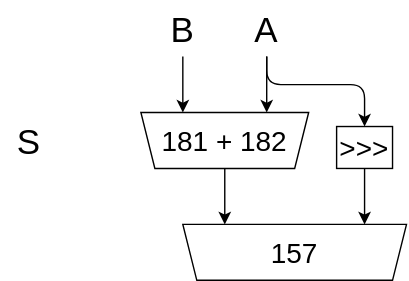
The draw.io diagram Lab/Computer/RK16/91_ALU/img/circuit.dio.svg in amane-uehara/kanade-k-1228.github.io, before a commit. Source tidied: cells renumbered, new cells last; positions are measured from the earlier drawing's top-left corner, leaving out a move shared by most shapes.
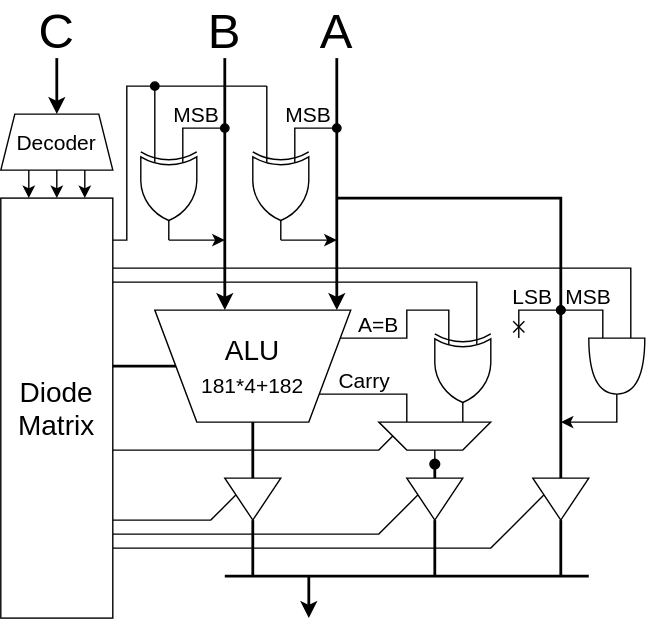
Above is the later version.

The edit, as a diff of the source:
```diff
@@ -2,57 +2,317 @@
   <root>
     <mxCell id="0" />
     <mxCell id="1" parent="0" />
+    <mxCell id="13" style="endArrow=none;html=1;fontSize=20;endFill=0;rounded=0;" parent="1" edge="1">
+      <mxGeometry relative="1" as="geometry">
+        <mxPoint x="100" y="390" as="sourcePoint" />
+        <mxPoint x="410" y="350" as="targetPoint" />
+        <Array as="points">
+          <mxPoint x="370" y="390" />
+        </Array>
+      </mxGeometry>
+    </mxCell>
+    <mxCell id="14" style="endArrow=none;html=1;fontSize=20;endFill=0;rounded=0;" parent="1" edge="1">
+      <mxGeometry relative="1" as="geometry">
+        <mxPoint x="100" y="380" as="sourcePoint" />
+        <mxPoint x="320" y="350" as="targetPoint" />
+        <Array as="points">
+          <mxPoint x="290" y="380" />
+        </Array>
+      </mxGeometry>
+    </mxCell>
+    <mxCell id="15" style="endArrow=none;html=1;fontSize=20;endFill=0;rounded=0;" parent="1" edge="1">
+      <mxGeometry relative="1" as="geometry">
+        <mxPoint x="100" y="370" as="sourcePoint" />
+        <mxPoint x="190" y="350" as="targetPoint" />
+        <Array as="points">
+          <mxPoint x="170" y="370" />
+        </Array>
+      </mxGeometry>
+    </mxCell>
-    <mxCell id="2" value="A" style="text;html=1;strokeColor=none;fillColor=none;align=center;verticalAlign=middle;whiteSpace=wrap;rounded=0;fontSize=25;" parent="1" vertex="1">
-      <mxGeometry x="170" width="40" height="40" as="geometry" />
+    <mxCell id="2" value="A" style="text;html=1;strokeColor=none;fillColor=none;align=center;verticalAlign=middle;whiteSpace=wrap;rounded=0;fontSize=35;" parent="1" vertex="1">
+      <mxGeometry x="240" width="40" height="40" as="geometry" />
     </mxCell>
-    <mxCell id="3" value="B" style="text;html=1;strokeColor=none;fillColor=none;align=center;verticalAlign=middle;whiteSpace=wrap;rounded=0;fontSize=25;" parent="1" vertex="1">
-      <mxGeometry x="110" width="40" height="40" as="geometry" />
+    <mxCell id="3" value="MSB" style="text;html=1;strokeColor=none;fillColor=none;align=center;verticalAlign=middle;whiteSpace=wrap;rounded=0;fontSize=15;" parent="1" vertex="1">
+      <mxGeometry x="140" y="70" width="40" height="20" as="geometry" />
     </mxCell>
-    <mxCell id="4" value="S" style="text;html=1;strokeColor=none;fillColor=none;align=center;verticalAlign=middle;whiteSpace=wrap;rounded=0;fontSize=25;" parent="1" vertex="1">
-      <mxGeometry y="80" width="40" height="40" as="geometry" />
-    </mxCell>
-    <mxCell id="5" value="181 + 182" style="shape=trapezoid;perimeter=trapezoidPerimeter;whiteSpace=wrap;html=1;fixedSize=1;direction=west;fontSize=20;size=10;" parent="1" vertex="1">
-      <mxGeometry x="100" y="80" width="120" height="40" as="geometry" />
-    </mxCell>
-    <mxCell id="6" value="157" style="shape=trapezoid;perimeter=trapezoidPerimeter;whiteSpace=wrap;html=1;fixedSize=1;direction=west;fontSize=20;size=10;" parent="1" vertex="1">
-      <mxGeometry x="130" y="160" width="160" height="40" as="geometry" />
-    </mxCell>
-    <mxCell id="7" style="endArrow=classic;html=1;fontSize=20;" parent="1" edge="1">
+    <mxCell id="7" style="endArrow=classic;html=1;fontSize=20;strokeWidth=2;" parent="1" edge="1">
       <mxGeometry relative="1" as="geometry">
-        <mxPoint x="130" y="40" as="sourcePoint" />
-        <mxPoint x="130" y="80" as="targetPoint" />
+        <mxPoint x="180" y="40" as="sourcePoint" />
+        <mxPoint x="180" y="220" as="targetPoint" />
       </mxGeometry>
     </mxCell>
-    <mxCell id="8" style="endArrow=classic;html=1;fontSize=20;" parent="1" edge="1">
+    <mxCell id="8" style="endArrow=none;html=1;fontSize=20;rounded=0;endFill=0;" parent="1" edge="1">
       <mxGeometry relative="1" as="geometry">
-        <mxPoint x="190" y="40" as="sourcePoint" />
-        <mxPoint x="190" y="80" as="targetPoint" />
+        <mxPoint x="100" y="190" as="sourcePoint" />
+        <mxPoint x="470" y="240" as="targetPoint" />
+        <Array as="points">
+          <mxPoint x="470" y="190" />
+        </Array>
       </mxGeometry>
     </mxCell>
-    <mxCell id="9" style="endArrow=classic;html=1;fontSize=20;" parent="1" edge="1">
-      <mxGeometry relative="1" as="geometry">
-        <mxPoint x="160" y="120" as="sourcePoint" />
-        <mxPoint x="160" y="160" as="targetPoint" />
-      </mxGeometry>
-    </mxCell>
-    <mxCell id="10" style="endArrow=classic;html=1;fontSize=20;" parent="1" edge="1">
+    <mxCell id="10" style="endArrow=none;html=1;fontSize=20;strokeWidth=1;startArrow=oval;startFill=1;endFill=0;rounded=0;" parent="1" edge="1">
       <mxGeometry relative="1" as="geometry">
-        <mxPoint x="190" y="40" as="sourcePoint" />
-        <mxPoint x="260" y="90" as="targetPoint" />
+        <mxPoint x="180" y="90" as="sourcePoint" />
+        <mxPoint x="150" y="100" as="targetPoint" />
         <Array as="points">
-          <mxPoint x="190" y="60" />
-          <mxPoint x="260" y="60" />
+          <mxPoint x="150" y="90" />
         </Array>
       </mxGeometry>
     </mxCell>
-    <mxCell id="11" value="&amp;gt;&amp;gt;&amp;gt;" style="rounded=0;whiteSpace=wrap;html=1;fontSize=20;" parent="1" vertex="1">
-      <mxGeometry x="240" y="90" width="40" height="30" as="geometry" />
-    </mxCell>
-    <mxCell id="12" style="endArrow=classic;html=1;fontSize=20;" parent="1" edge="1">
-      <mxGeometry relative="1" as="geometry">
-        <mxPoint x="260" y="120" as="sourcePoint" />
-        <mxPoint x="260" y="160" as="targetPoint" />
-      </mxGeometry>
-    </mxCell>
+    <mxCell id="16" value="Decoder" style="shape=trapezoid;perimeter=trapezoidPerimeter;whiteSpace=wrap;html=1;fixedSize=1;direction=east;fontSize=15;size=10;" parent="1" vertex="1">
+      <mxGeometry x="20" y="80" width="80" height="40" as="geometry" />
+    </mxCell>
+    <mxCell id="17" value="Diode&lt;br&gt;Matrix" style="rounded=0;whiteSpace=wrap;html=1;fontSize=20;" parent="1" vertex="1">
+      <mxGeometry x="20" y="140" width="80" height="300" as="geometry" />
+    </mxCell>
+    <mxCell id="18" style="endArrow=classic;html=1;fontSize=20;" parent="1" edge="1">
+      <mxGeometry relative="1" as="geometry">
+        <mxPoint x="40" y="120" as="sourcePoint" />
+        <mxPoint x="40" y="140" as="targetPoint" />
+      </mxGeometry>
+    </mxCell>
+    <mxCell id="19" style="endArrow=classic;html=1;fontSize=20;" parent="1" edge="1">
+      <mxGeometry relative="1" as="geometry">
+        <mxPoint x="60" y="120" as="sourcePoint" />
+        <mxPoint x="60" y="140" as="targetPoint" />
+      </mxGeometry>
+    </mxCell>
+    <mxCell id="20" style="endArrow=classic;html=1;fontSize=20;" parent="1" edge="1">
+      <mxGeometry relative="1" as="geometry">
+        <mxPoint x="80" y="120" as="sourcePoint" />
+        <mxPoint x="80" y="140" as="targetPoint" />
+      </mxGeometry>
+    </mxCell>
+    <mxCell id="21" style="verticalLabelPosition=bottom;shadow=0;dashed=0;align=center;html=1;verticalAlign=top;shape=mxgraph.electrical.logic_gates.logic_gate;operation=xor;fontSize=20;direction=south;" parent="1" vertex="1">
+      <mxGeometry x="120" y="100" width="40" height="70" as="geometry" />
+    </mxCell>
+    <mxCell id="22" style="endArrow=classic;html=1;fontSize=20;endFill=1;" parent="1" edge="1">
+      <mxGeometry relative="1" as="geometry">
+        <mxPoint x="140" y="170" as="sourcePoint" />
+        <mxPoint x="180" y="170" as="targetPoint" />
+      </mxGeometry>
+    </mxCell>
+    <mxCell id="23" style="endArrow=oval;html=1;rounded=0;strokeWidth=1;fontSize=15;startArrow=none;startFill=0;endFill=1;" parent="1" edge="1">
+      <mxGeometry relative="1" as="geometry">
+        <mxPoint x="130" y="100" as="sourcePoint" />
+        <mxPoint x="130" y="60" as="targetPoint" />
+      </mxGeometry>
+    </mxCell>
+    <mxCell id="24" style="endArrow=none;html=1;rounded=0;strokeWidth=1;fontSize=15;" parent="1" edge="1">
+      <mxGeometry relative="1" as="geometry">
+        <mxPoint x="100" y="170" as="sourcePoint" />
+        <mxPoint x="210" y="60" as="targetPoint" />
+        <Array as="points">
+          <mxPoint x="110" y="170" />
+          <mxPoint x="110" y="60" />
+        </Array>
+      </mxGeometry>
+    </mxCell>
+    <mxCell id="25" style="endArrow=none;html=1;fontSize=20;strokeWidth=2;rounded=0;endFill=0;" parent="1" edge="1">
+      <mxGeometry relative="1" as="geometry">
+        <mxPoint x="260" y="140" as="sourcePoint" />
+        <mxPoint x="420" y="340" as="targetPoint" />
+        <Array as="points">
+          <mxPoint x="420" y="140" />
+        </Array>
+      </mxGeometry>
+    </mxCell>
+    <mxCell id="26" value="MSB" style="text;html=1;strokeColor=none;fillColor=none;align=center;verticalAlign=middle;whiteSpace=wrap;rounded=0;fontSize=15;" parent="1" vertex="1">
+      <mxGeometry x="220" y="70" width="40" height="20" as="geometry" />
+    </mxCell>
+    <mxCell id="27" style="endArrow=classic;html=1;fontSize=20;strokeWidth=2;" parent="1" edge="1">
+      <mxGeometry relative="1" as="geometry">
+        <mxPoint x="260" y="40" as="sourcePoint" />
+        <mxPoint x="260" y="220" as="targetPoint" />
+      </mxGeometry>
+    </mxCell>
+    <mxCell id="28" style="endArrow=none;html=1;fontSize=20;strokeWidth=1;startArrow=oval;startFill=1;endFill=0;rounded=0;" parent="1" edge="1">
+      <mxGeometry relative="1" as="geometry">
+        <mxPoint x="260" y="90" as="sourcePoint" />
+        <mxPoint x="230" y="100" as="targetPoint" />
+        <Array as="points">
+          <mxPoint x="230" y="90" />
+        </Array>
+      </mxGeometry>
+    </mxCell>
+    <mxCell id="29" style="verticalLabelPosition=bottom;shadow=0;dashed=0;align=center;html=1;verticalAlign=top;shape=mxgraph.electrical.logic_gates.logic_gate;operation=xor;fontSize=20;direction=south;" parent="1" vertex="1">
+      <mxGeometry x="200" y="100" width="40" height="70" as="geometry" />
+    </mxCell>
+    <mxCell id="30" style="endArrow=classic;html=1;fontSize=20;endFill=1;" parent="1" edge="1">
+      <mxGeometry relative="1" as="geometry">
+        <mxPoint x="220" y="170" as="sourcePoint" />
+        <mxPoint x="260" y="170" as="targetPoint" />
+      </mxGeometry>
+    </mxCell>
+    <mxCell id="31" style="endArrow=none;html=1;rounded=0;strokeWidth=1;fontSize=15;startArrow=none;startFill=0;endFill=0;" parent="1" edge="1">
+      <mxGeometry relative="1" as="geometry">
+        <mxPoint x="210" y="100" as="sourcePoint" />
+        <mxPoint x="210" y="60" as="targetPoint" />
+      </mxGeometry>
+    </mxCell>
+    <mxCell id="32" value="B" style="text;html=1;strokeColor=none;fillColor=none;align=center;verticalAlign=middle;whiteSpace=wrap;rounded=0;fontSize=35;" parent="1" vertex="1">
+      <mxGeometry x="160" width="40" height="40" as="geometry" />
+    </mxCell>
+    <mxCell id="33" style="shape=or;whiteSpace=wrap;html=1;fontSize=40;direction=south;" parent="1" vertex="1">
+      <mxGeometry x="440" y="240" width="40" height="40" as="geometry" />
+    </mxCell>
+    <mxCell id="34" style="endArrow=none;html=1;fontSize=20;strokeWidth=2;endFill=0;" parent="1" edge="1">
+      <mxGeometry relative="1" as="geometry">
+        <mxPoint x="200" y="300" as="sourcePoint" />
+        <mxPoint x="200" y="340" as="targetPoint" />
+      </mxGeometry>
+    </mxCell>
+    <mxCell id="35" style="endArrow=none;html=1;fontSize=20;strokeWidth=2;endFill=0;" parent="1" edge="1">
+      <mxGeometry relative="1" as="geometry">
+        <mxPoint x="100" y="260" as="sourcePoint" />
+        <mxPoint x="150" y="260" as="targetPoint" />
+      </mxGeometry>
+    </mxCell>
+    <mxCell id="36" value="LSB" style="text;html=1;strokeColor=none;fillColor=none;align=center;verticalAlign=middle;whiteSpace=wrap;rounded=0;fontSize=15;" parent="1" vertex="1">
+      <mxGeometry x="380" y="200" width="40" height="20" as="geometry" />
+    </mxCell>
+    <mxCell id="37" value="MSB" style="text;html=1;strokeColor=none;fillColor=none;align=center;verticalAlign=middle;whiteSpace=wrap;rounded=0;fontSize=15;" parent="1" vertex="1">
+      <mxGeometry x="420" y="200" width="40" height="20" as="geometry" />
+    </mxCell>
+    <mxCell id="38" style="endArrow=oval;html=1;fontSize=20;endFill=1;rounded=0;startArrow=none;startFill=0;" parent="1" edge="1">
+      <mxGeometry relative="1" as="geometry">
+        <mxPoint x="450" y="240" as="sourcePoint" />
+        <mxPoint x="420" y="220" as="targetPoint" />
+        <Array as="points">
+          <mxPoint x="450" y="220" />
+        </Array>
+      </mxGeometry>
+    </mxCell>
+    <mxCell id="39" style="endArrow=oval;html=1;fontSize=20;endFill=1;rounded=0;startArrow=cross;startFill=0;" parent="1" edge="1">
+      <mxGeometry relative="1" as="geometry">
+        <mxPoint x="390" y="240" as="sourcePoint" />
+        <mxPoint x="420" y="220" as="targetPoint" />
+        <Array as="points">
+          <mxPoint x="390" y="220" />
+        </Array>
+      </mxGeometry>
+    </mxCell>
+    <mxCell id="40" style="endArrow=classic;html=1;fontSize=20;endFill=1;rounded=0;" parent="1" edge="1">
+      <mxGeometry relative="1" as="geometry">
+        <mxPoint x="460" y="280" as="sourcePoint" />
+        <mxPoint x="420" y="300" as="targetPoint" />
+        <Array as="points">
+          <mxPoint x="460" y="300" />
+        </Array>
+      </mxGeometry>
+    </mxCell>
+    <mxCell id="41" style="triangle;whiteSpace=wrap;html=1;fontSize=35;direction=south;" parent="1" vertex="1">
+      <mxGeometry x="180" y="340" width="40" height="30" as="geometry" />
+    </mxCell>
+    <mxCell id="42" style="triangle;whiteSpace=wrap;html=1;fontSize=35;direction=south;" parent="1" vertex="1">
+      <mxGeometry x="400" y="340" width="40" height="30" as="geometry" />
+    </mxCell>
+    <mxCell id="43" style="endArrow=classic;html=1;fontSize=20;strokeWidth=2;" parent="1" edge="1">
+      <mxGeometry relative="1" as="geometry">
+        <mxPoint x="60" y="40" as="sourcePoint" />
+        <mxPoint x="60" y="80" as="targetPoint" />
+      </mxGeometry>
+    </mxCell>
+    <mxCell id="44" value="C" style="text;html=1;strokeColor=none;fillColor=none;align=center;verticalAlign=middle;whiteSpace=wrap;rounded=0;fontSize=35;" parent="1" vertex="1">
+      <mxGeometry x="40" width="40" height="40" as="geometry" />
+    </mxCell>
+    <mxCell id="45" style="endArrow=none;html=1;fontSize=20;endFill=0;rounded=0;" parent="1" edge="1">
+      <mxGeometry relative="1" as="geometry">
+        <mxPoint x="240" y="280" as="sourcePoint" />
+        <mxPoint x="310" y="300" as="targetPoint" />
+        <Array as="points">
+          <mxPoint x="310" y="280" />
+        </Array>
+      </mxGeometry>
+    </mxCell>
+    <mxCell id="46" value="A=B" style="text;html=1;strokeColor=none;fillColor=none;align=center;verticalAlign=middle;whiteSpace=wrap;rounded=0;fontSize=15;" parent="1" vertex="1">
+      <mxGeometry x="270" y="220" width="40" height="20" as="geometry" />
+    </mxCell>
+    <mxCell id="47" style="shape=trapezoid;perimeter=trapezoidPerimeter;whiteSpace=wrap;html=1;fixedSize=1;direction=west;fontSize=15;size=20;" parent="1" vertex="1">
+      <mxGeometry x="290" y="300" width="80" height="20" as="geometry" />
+    </mxCell>
+    <mxCell id="48" style="verticalLabelPosition=bottom;shadow=0;dashed=0;align=center;html=1;verticalAlign=top;shape=mxgraph.electrical.logic_gates.logic_gate;operation=xor;fontSize=20;direction=south;" parent="1" vertex="1">
+      <mxGeometry x="330" y="230" width="40" height="70" as="geometry" />
+    </mxCell>
+    <mxCell id="49" style="triangle;whiteSpace=wrap;html=1;fontSize=35;direction=south;" parent="1" vertex="1">
+      <mxGeometry x="310" y="340" width="40" height="30" as="geometry" />
+    </mxCell>
+    <mxCell id="50" style="endArrow=none;html=1;rounded=0;strokeWidth=2;fontSize=15;" parent="1" edge="1">
+      <mxGeometry relative="1" as="geometry">
+        <mxPoint x="180" y="410" as="sourcePoint" />
+        <mxPoint x="440" y="410" as="targetPoint" />
+      </mxGeometry>
+    </mxCell>
+    <mxCell id="51" style="endArrow=none;html=1;fontSize=20;endFill=0;rounded=0;" parent="1" edge="1">
+      <mxGeometry relative="1" as="geometry">
+        <mxPoint x="260" y="240" as="sourcePoint" />
+        <mxPoint x="340" y="230" as="targetPoint" />
+        <Array as="points">
+          <mxPoint x="310" y="240" />
+          <mxPoint x="310" y="220" />
+          <mxPoint x="340" y="220" />
+        </Array>
+      </mxGeometry>
+    </mxCell>
+    <mxCell id="52" style="endArrow=none;html=1;fontSize=20;strokeWidth=2;startArrow=oval;startFill=1;endFill=0;" parent="1" edge="1">
+      <mxGeometry relative="1" as="geometry">
+        <mxPoint x="330" y="330" as="sourcePoint" />
+        <mxPoint x="330" y="340" as="targetPoint" />
+      </mxGeometry>
+    </mxCell>
+    <mxCell id="53" style="endArrow=none;html=1;fontSize=20;endFill=0;rounded=0;" parent="1" edge="1">
+      <mxGeometry relative="1" as="geometry">
+        <mxPoint x="330" y="320" as="sourcePoint" />
+        <mxPoint x="330" y="330" as="targetPoint" />
+      </mxGeometry>
+    </mxCell>
+    <mxCell id="54" value="Carry" style="text;html=1;strokeColor=none;fillColor=none;align=center;verticalAlign=middle;whiteSpace=wrap;rounded=0;fontSize=15;" parent="1" vertex="1">
+      <mxGeometry x="260" y="260" width="40" height="20" as="geometry" />
+    </mxCell>
+    <mxCell id="5" value="ALU&lt;br&gt;&lt;font style=&quot;font-size: 15px;&quot;&gt;181*4+182&lt;/font&gt;" style="shape=trapezoid;perimeter=trapezoidPerimeter;whiteSpace=wrap;html=1;fixedSize=1;direction=west;fontSize=20;size=30;" parent="1" vertex="1">
+      <mxGeometry x="130" y="220" width="140" height="80" as="geometry" />
+    </mxCell>
+    <mxCell id="55" style="endArrow=none;html=1;fontSize=20;rounded=0;endFill=0;" parent="1" edge="1">
+      <mxGeometry relative="1" as="geometry">
+        <mxPoint x="100" y="200" as="sourcePoint" />
+        <mxPoint x="360" y="230" as="targetPoint" />
+        <Array as="points">
+          <mxPoint x="360" y="200" />
+        </Array>
+      </mxGeometry>
+    </mxCell>
+    <mxCell id="56" style="endArrow=none;html=1;fontSize=20;endFill=0;rounded=0;" parent="1" edge="1">
+      <mxGeometry relative="1" as="geometry">
+        <mxPoint x="100" y="320" as="sourcePoint" />
+        <mxPoint x="300" y="310" as="targetPoint" />
+        <Array as="points">
+          <mxPoint x="290" y="320" />
+        </Array>
+      </mxGeometry>
+    </mxCell>
+    <mxCell id="57" style="endArrow=classic;html=1;fontSize=20;strokeWidth=2;" parent="1" edge="1">
+      <mxGeometry relative="1" as="geometry">
+        <mxPoint x="240" y="410" as="sourcePoint" />
+        <mxPoint x="240" y="440" as="targetPoint" />
+      </mxGeometry>
+    </mxCell>
+    <mxCell id="58" style="endArrow=none;html=1;rounded=0;strokeWidth=2;fontSize=15;" parent="1" edge="1">
+      <mxGeometry relative="1" as="geometry">
+        <mxPoint x="200" y="370" as="sourcePoint" />
+        <mxPoint x="200" y="410" as="targetPoint" />
+      </mxGeometry>
+    </mxCell>
+    <mxCell id="59" style="endArrow=none;html=1;rounded=0;strokeWidth=2;fontSize=15;" parent="1" edge="1">
+      <mxGeometry relative="1" as="geometry">
+        <mxPoint x="330" y="370" as="sourcePoint" />
+        <mxPoint x="330" y="410" as="targetPoint" />
+      </mxGeometry>
+    </mxCell>
+    <mxCell id="60" style="endArrow=none;html=1;rounded=0;strokeWidth=2;fontSize=15;" parent="1" edge="1">
+      <mxGeometry relative="1" as="geometry">
+        <mxPoint x="420" y="370" as="sourcePoint" />
+        <mxPoint x="420" y="410" as="targetPoint" />
+      </mxGeometry>
+    </mxCell>
   </root>
 </mxGraphModel>
```
